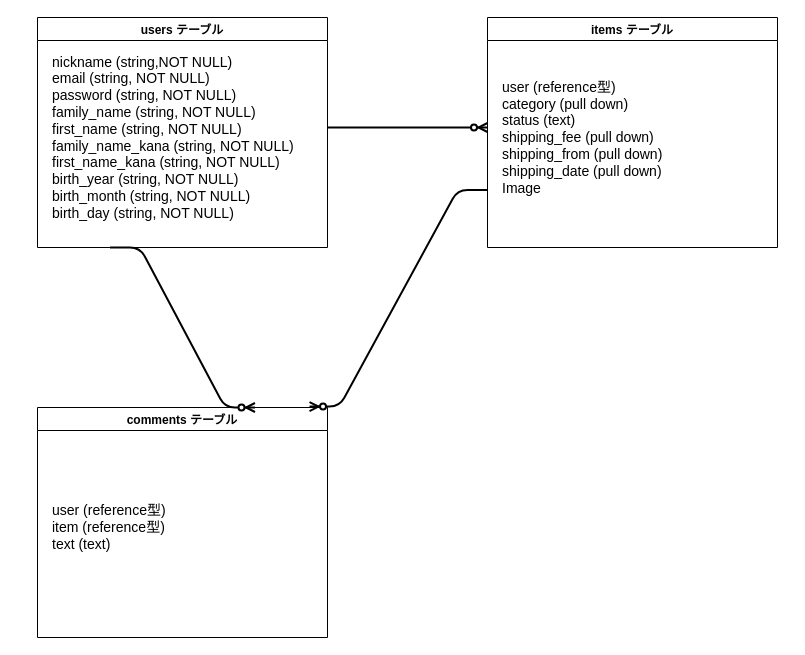
Above: ER.dio in aromavita/furima-35783 (draw.io), before the change. Source tidied: cells renumbered, new cells numbered last; positions are measured from the earlier drawing's top-left corner, leaving out a move shared by most shapes. Both pictures are drawn from the tidied source at 100%, with x=0, y=0 at pixel (37, 17).
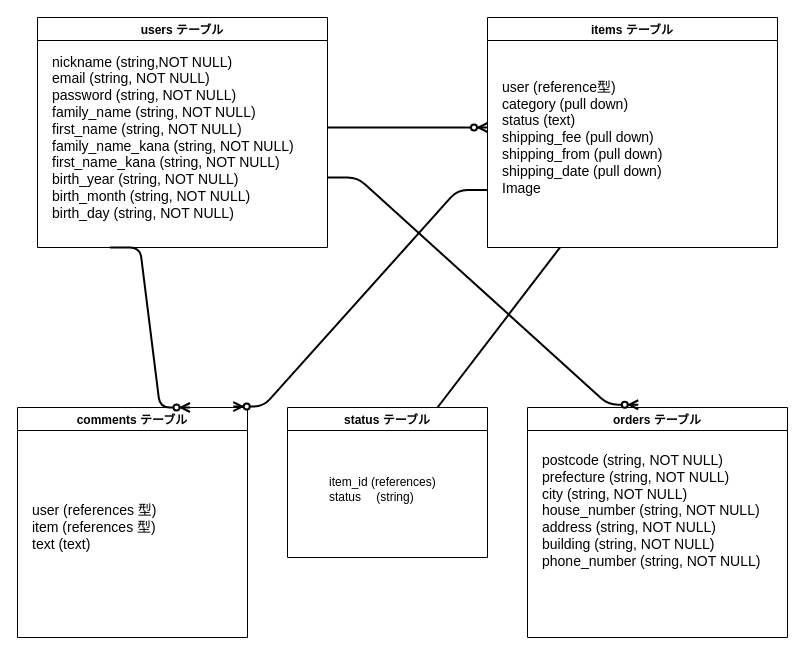
The same page after the edit.

Commit message (it also covers changes not shown here):
購入者モデルを追加修正

What changed in the source:
```diff
@@
 <mxGraphModel>
   <root>
     <mxCell id="0" />
     <mxCell id="1" parent="0" />
     <mxCell id="2" value="users テーブル" style="swimlane;" parent="1" vertex="1">
       <mxGeometry width="290" height="230" as="geometry" />
     </mxCell>
     <mxCell id="3" value="&lt;font style=&quot;font-size: 14px&quot;&gt;nickname (string,NOT NULL)&lt;br&gt;email (string, NOT NULL)&lt;br&gt;password (string, NOT NULL)&lt;br&gt;family_name (string, NOT NULL)&lt;br&gt;first_name (string, NOT NULL)&lt;br&gt;family_name_kana (string, NOT NULL)&lt;br&gt;first_name_kana (string, NOT NULL)&lt;br&gt;birth_year (string, NOT NULL)&lt;br&gt;birth_month (string, NOT NULL)&lt;br&gt;birth_day (string, NOT NULL)&lt;/font&gt;" style="text;html=1;align=left;verticalAlign=middle;strokeColor=none;" parent="2" vertex="1">
       <mxGeometry x="12.5" y="40" width="260" height="160" as="geometry" />
     </mxCell>
     <mxCell id="4" value="items テーブル" style="swimlane;" parent="1" vertex="1">
       <mxGeometry x="450" width="290" height="230" as="geometry" />
     </mxCell>
     <mxCell id="5" value="&lt;font style=&quot;font-size: 14px&quot;&gt;user (reference型)&lt;br&gt;category (pull down)&lt;br&gt;status (text)&lt;br&gt;shipping_fee (pull down)&lt;br&gt;shipping_from (pull down)&lt;br&gt;shipping_date (pull down)&lt;br&gt;Image&lt;br&gt;&lt;/font&gt;" style="text;html=1;align=left;verticalAlign=middle;strokeColor=none;" parent="4" vertex="1">
       <mxGeometry x="12.5" y="65" width="180" height="110" as="geometry" />
     </mxCell>
     <mxCell id="6" value="comments テーブル" style="swimlane;" parent="1" vertex="1">
-      <mxGeometry y="390" width="290" height="230" as="geometry" />
+      <mxGeometry x="-20" y="390" width="230" height="230" as="geometry" />
     </mxCell>
-    <mxCell id="7" value="&lt;font style=&quot;font-size: 14px&quot;&gt;user (reference型)&lt;br&gt;item (reference型)&lt;br&gt;text (text)&lt;br&gt;&lt;/font&gt;" style="text;html=1;align=left;verticalAlign=middle;strokeColor=none;" parent="6" vertex="1">
-      <mxGeometry x="12.5" y="95" width="130" height="50" as="geometry" />
+    <mxCell id="7" value="&lt;font style=&quot;font-size: 14px&quot;&gt;user (references 型)&lt;br&gt;item (references 型)&lt;br&gt;text (text)&lt;br&gt;&lt;/font&gt;" style="text;html=1;align=left;verticalAlign=middle;strokeColor=none;" parent="6" vertex="1">
+      <mxGeometry x="12.5" y="95" width="140" height="50" as="geometry" />
     </mxCell>
     <mxCell id="8" style="edgeStyle=entityRelationEdgeStyle;fontSize=12;html=1;endArrow=ERzeroToMany;endFill=1;strokeWidth=2;rounded=1;" parent="1" edge="1">
       <mxGeometry relative="1" as="geometry">
         <mxPoint x="290" y="110" as="sourcePoint" />
         <mxPoint x="450" y="110" as="targetPoint" />
       </mxGeometry>
     </mxCell>
     <mxCell id="9" style="edgeStyle=entityRelationEdgeStyle;fontSize=12;html=1;endArrow=ERzeroToMany;endFill=1;strokeWidth=2;rounded=1;exitX=0.25;exitY=1;exitDx=0;exitDy=0;entryX=0.75;entryY=0;entryDx=0;entryDy=0;" parent="1" edge="1" source="2" target="6">
       <mxGeometry relative="1" as="geometry" />
     </mxCell>
     <mxCell id="10" style="edgeStyle=entityRelationEdgeStyle;fontSize=12;html=1;endArrow=ERzeroToMany;endFill=1;strokeWidth=2;rounded=1;entryX=0.938;entryY=-0.004;entryDx=0;entryDy=0;entryPerimeter=0;exitX=0;exitY=0.75;exitDx=0;exitDy=0;" parent="1" edge="1" source="4" target="6">
       <mxGeometry relative="1" as="geometry" />
     </mxCell>
+    <mxCell id="11" value="orders テーブル" style="swimlane;" parent="1" vertex="1">
+      <mxGeometry x="490" y="390" width="260" height="230" as="geometry" />
+    </mxCell>
+    <mxCell id="12" value="&lt;font style=&quot;font-size: 14px&quot;&gt;postcode (string, NOT NULL)&lt;br&gt;prefecture (string, NOT NULL)&lt;br&gt;city (string, NOT NULL)&lt;br&gt;house_number (string, NOT NULL)&lt;br&gt;address (string, NOT NULL)&lt;br&gt;building (string, NOT NULL)&lt;br&gt;phone_number (string, NOT NULL)&lt;br&gt;&lt;br&gt;&lt;br&gt;&lt;/font&gt;" style="text;html=1;align=left;verticalAlign=middle;strokeColor=none;" parent="11" vertex="1">
+      <mxGeometry x="12.5" y="50" width="230" height="140" as="geometry" />
+    </mxCell>
+    <mxCell id="13" value="status テーブル" style="swimlane;" parent="1" vertex="1">
+      <mxGeometry x="250" y="390" width="200" height="150" as="geometry" />
+    </mxCell>
+    <mxCell id="14" value="&lt;br&gt;item_id (references)&lt;br&gt;status　 (string)" style="text;html=1;align=left;verticalAlign=middle;strokeColor=none;" parent="13" vertex="1">
+      <mxGeometry x="40" y="50" width="120" height="50" as="geometry" />
+    </mxCell>
+    <mxCell id="15" style="edgeStyle=entityRelationEdgeStyle;fontSize=12;html=1;endArrow=ERzeroToMany;endFill=1;strokeWidth=2;rounded=1;entryX=0.426;entryY=-0.012;entryDx=0;entryDy=0;entryPerimeter=0;" parent="1" edge="1" target="11">
+      <mxGeometry relative="1" as="geometry">
+        <mxPoint x="290" y="160" as="sourcePoint" />
+      </mxGeometry>
+    </mxCell>
+    <mxCell id="16" style="endArrow=none;html=1;rounded=0;exitX=0.25;exitY=1;exitDx=0;exitDy=0;entryX=0.75;entryY=0;entryDx=0;entryDy=0;strokeWidth=2;" parent="1" edge="1" source="4" target="13">
+      <mxGeometry relative="1" as="geometry" />
+    </mxCell>
   </root>
 </mxGraphModel>
```
